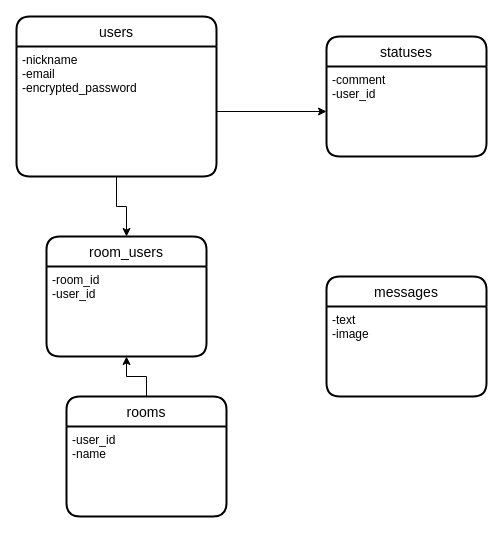
kakeru-takakusaki/gamebo keeps this draw.io diagram as .dio. Above is the earlier version. Source tidied: cells renumbered, new cells numbered last; positions are measured from the earlier drawing's top-left corner, leaving out a move shared by most shapes. Both pictures are drawn from the tidied source at 100%, with x=0, y=0 at pixel (16, 16).
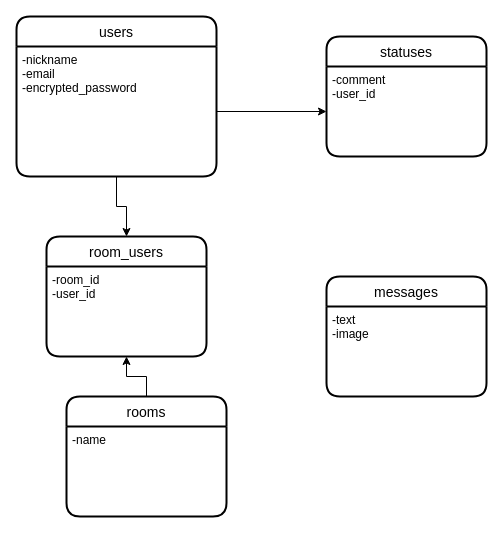
After the change.

Change to the diagram source:
```diff
@@
 <mxGraphModel>
   <root>
     <mxCell id="0" />
     <mxCell id="1" parent="0" />
     <mxCell id="2" value="users" style="swimlane;horizontal=1;startSize=30;rounded=1;fontSize=14;fontStyle=0;strokeWidth=2;shadow=0;dashed=0;align=center;" parent="1" vertex="1">
       <mxGeometry width="200" height="160" as="geometry" />
     </mxCell>
     <mxCell id="3" value="-nickname&#10;-email&#10;-encrypted_password" style="align=left;strokeColor=none;fillColor=none;spacingLeft=4;fontSize=12;verticalAlign=top;" parent="2" vertex="1">
       <mxGeometry y="30" width="200" height="130" as="geometry" />
     </mxCell>
     <mxCell id="4" value="statuses" style="swimlane;horizontal=1;startSize=30;rounded=1;fontSize=14;fontStyle=0;strokeWidth=2;shadow=0;dashed=0;align=center;" parent="1" vertex="1">
       <mxGeometry x="310" y="20" width="160" height="120" as="geometry" />
     </mxCell>
     <mxCell id="5" value="-comment&#10;-user_id" style="align=left;strokeColor=none;fillColor=none;spacingLeft=4;fontSize=12;verticalAlign=top;" parent="4" vertex="1">
       <mxGeometry y="30" width="160" height="90" as="geometry" />
     </mxCell>
     <mxCell id="6" style="edgeStyle=orthogonalEdgeStyle;rounded=0;jettySize=auto;html=1;exitX=0.5;exitY=0;exitDx=0;exitDy=0;entryX=0.5;entryY=1;entryDx=0;entryDy=0;" parent="1" edge="1" source="7" target="10">
       <mxGeometry relative="1" as="geometry" />
     </mxCell>
     <mxCell id="7" value="rooms" style="swimlane;horizontal=1;startSize=30;rounded=1;fontSize=14;fontStyle=0;strokeWidth=2;shadow=0;dashed=0;align=center;" parent="1" vertex="1">
       <mxGeometry x="50" y="380" width="160" height="120" as="geometry" />
     </mxCell>
-    <mxCell id="8" value="-user_id&#10;-name" style="align=left;strokeColor=none;fillColor=none;spacingLeft=4;fontSize=12;verticalAlign=top;" parent="7" vertex="1">
+    <mxCell id="8" value="-name" style="align=left;strokeColor=none;fillColor=none;spacingLeft=4;fontSize=12;verticalAlign=top;" parent="7" vertex="1">
       <mxGeometry y="30" width="160" height="90" as="geometry" />
     </mxCell>
     <mxCell id="9" value="room_users" style="swimlane;horizontal=1;startSize=30;rounded=1;fontSize=14;fontStyle=0;strokeWidth=2;shadow=0;dashed=0;align=center;" parent="1" vertex="1">
       <mxGeometry x="30" y="220" width="160" height="120" as="geometry" />
     </mxCell>
     <mxCell id="10" value="-room_id&#10;-user_id" style="align=left;strokeColor=none;fillColor=none;spacingLeft=4;fontSize=12;verticalAlign=top;" parent="9" vertex="1">
       <mxGeometry y="30" width="160" height="90" as="geometry" />
     </mxCell>
     <mxCell id="11" style="edgeStyle=orthogonalEdgeStyle;rounded=0;jettySize=auto;html=1;exitX=0.5;exitY=1;exitDx=0;exitDy=0;entryX=0.5;entryY=0;entryDx=0;entryDy=0;" parent="1" edge="1" source="3" target="9">
       <mxGeometry relative="1" as="geometry" />
     </mxCell>
     <mxCell id="12" style="edgeStyle=orthogonalEdgeStyle;rounded=0;jettySize=auto;html=1;exitX=1;exitY=0.5;exitDx=0;exitDy=0;" parent="1" edge="1" source="3" target="5">
       <mxGeometry relative="1" as="geometry" />
     </mxCell>
     <mxCell id="13" value="messages" style="swimlane;horizontal=1;startSize=30;rounded=1;fontSize=14;fontStyle=0;strokeWidth=2;shadow=0;dashed=0;align=center;" parent="1" vertex="1">
       <mxGeometry x="310" y="260" width="160" height="120" as="geometry" />
     </mxCell>
     <mxCell id="14" value="-text&#10;-image" style="align=left;strokeColor=none;fillColor=none;spacingLeft=4;fontSize=12;verticalAlign=top;" parent="13" vertex="1">
       <mxGeometry y="30" width="160" height="90" as="geometry" />
     </mxCell>
   </root>
 </mxGraphModel>
```
